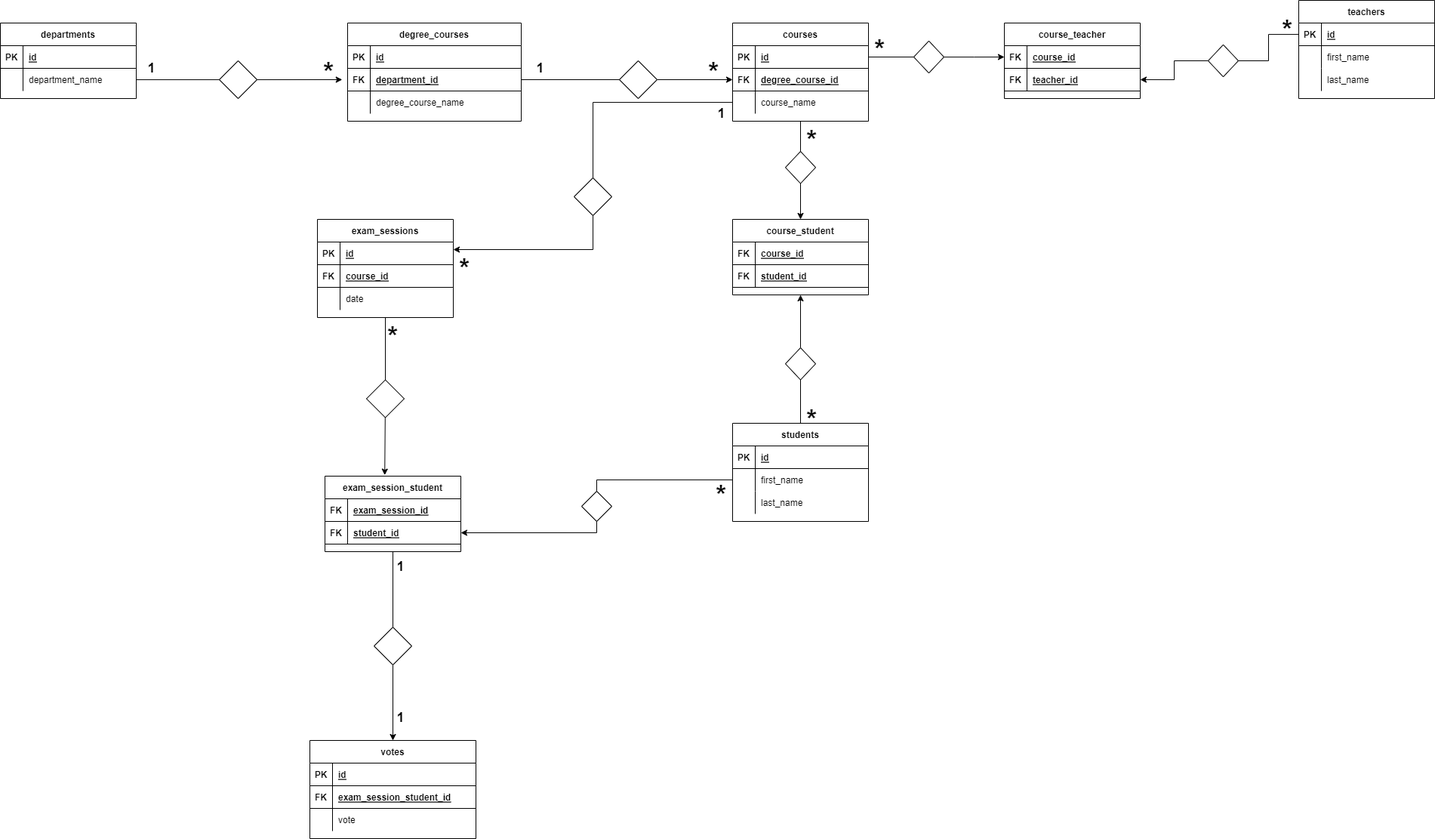
giomen88/db-university keeps this draw.io diagram as db-university.png. Above is the earlier version. Source tidied: cells renumbered, new cells last; positions are measured from the earlier drawing's top-left corner, leaving out a move shared by most shapes.
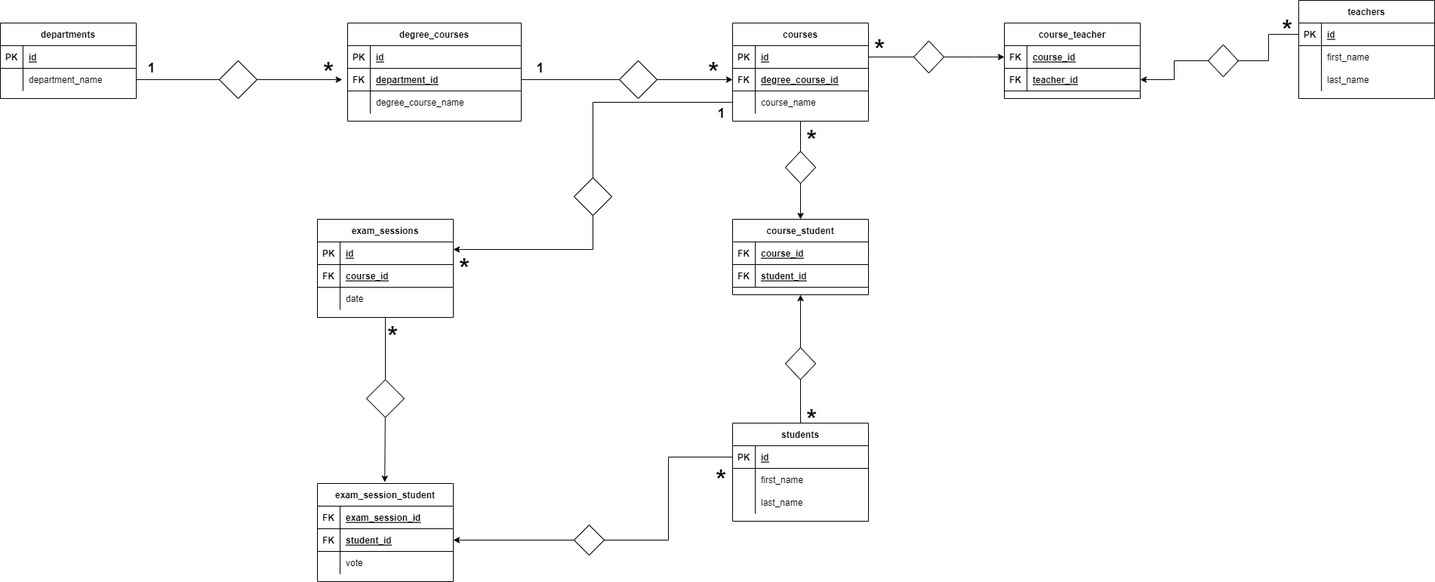
Above is the later version.

Commit message:
eliminata tabella voti

Change to the diagram source:
```diff
@@ -149,8 +149,10 @@
     <mxCell id="50" value="last_name" style="shape=partialRectangle;fillColor=none;top=0;left=0;bottom=0;right=0;align=left;spacingLeft=6;overflow=hidden;" parent="48" vertex="1">
       <mxGeometry x="30" width="150" height="30" as="geometry" />
     </mxCell>
-    <mxCell id="51" style="edgeStyle=orthogonalEdgeStyle;rounded=0;jettySize=auto;html=1;entryX=0.44;entryY=-0.014;entryDx=0;entryDy=0;entryPerimeter=0;fontSize=36;" parent="1" edge="1" source="52" target="105">
-      <mxGeometry relative="1" as="geometry" />
+    <mxCell id="51" style="edgeStyle=orthogonalEdgeStyle;rounded=0;jettySize=auto;html=1;entryX=0.44;entryY=-0.014;entryDx=0;entryDy=0;entryPerimeter=0;fontSize=36;" parent="1" edge="1" source="52">
+      <mxGeometry relative="1" as="geometry">
+        <mxPoint x="509.2" y="638.2" as="targetPoint" />
+      </mxGeometry>
     </mxCell>
     <mxCell id="52" value="exam_sessions" style="shape=table;startSize=30;rowLines=0;fontStyle=1;align=center;" parent="1" vertex="1">
       <mxGeometry x="420" y="290" width="180" height="130" as="geometry" />
@@ -319,86 +321,59 @@
     <mxCell id="103" value="&lt;font style=&quot;font-size: 36px;&quot;&gt;&lt;b style=&quot;&quot;&gt;*&lt;/b&gt;&lt;/font&gt;" style="text;html=1;align=center;verticalAlign=middle;strokeColor=none;fillColor=none;" parent="1" vertex="1">
       <mxGeometry x="600" y="340" width="30" height="30" as="geometry" />
     </mxCell>
-    <mxCell id="104" style="edgeStyle=orthogonalEdgeStyle;rounded=0;jettySize=auto;html=1;entryX=0.5;entryY=0;entryDx=0;entryDy=0;startArrow=none;" parent="1" edge="1" source="127" target="117">
-      <mxGeometry relative="1" as="geometry" />
-    </mxCell>
+    <mxCell id="113" style="rhombus;whiteSpace=wrap;html=1;" parent="1" vertex="1">
+      <mxGeometry x="485" y="502.5" width="50" height="50" as="geometry" />
+    </mxCell>
+    <mxCell id="115" value="&lt;font style=&quot;font-size: 36px;&quot;&gt;&lt;b style=&quot;&quot;&gt;*&lt;/b&gt;&lt;/font&gt;" style="text;html=1;align=center;verticalAlign=middle;strokeColor=none;fillColor=none;" parent="1" vertex="1">
+      <mxGeometry x="940" y="620" width="30" height="30" as="geometry" />
+    </mxCell>
+    <mxCell id="116" value="&lt;font style=&quot;font-size: 36px;&quot;&gt;&lt;b style=&quot;&quot;&gt;*&lt;/b&gt;&lt;/font&gt;" style="text;html=1;align=center;verticalAlign=middle;strokeColor=none;fillColor=none;" parent="1" vertex="1">
+      <mxGeometry x="505" y="430" width="30" height="30" as="geometry" />
+    </mxCell>
+    <mxCell id="131" style="shape=tableRow;horizontal=0;startSize=0;swimlaneHead=0;swimlaneBody=0;fillColor=none;top=0;left=0;right=0;bottom=0;" parent="1" vertex="1">
+      <mxGeometry x="430" y="720" width="180" height="30" as="geometry" />
+    </mxCell>
+    <mxCell id="132" style="shape=partialRectangle;fillColor=none;top=0;left=0;bottom=0;right=0;overflow=hidden;" parent="131" vertex="1">
+      <mxGeometry width="30" height="30" as="geometry" />
+    </mxCell>
     <mxCell id="105" value="exam_session_student" style="shape=table;startSize=30;rowLines=0;fontStyle=1;align=center;" parent="1" vertex="1">
-      <mxGeometry x="430" y="630" width="180" height="100" as="geometry" />
+      <mxGeometry x="420" y="640" width="180" height="130" as="geometry" />
     </mxCell>
     <mxCell id="106" style="shape=tableRow;horizontal=0;startSize=0;swimlaneHead=0;swimlaneBody=0;fillColor=none;top=0;left=0;right=0;bottom=1;" parent="105" vertex="1">
       <mxGeometry y="30" width="180" height="30" as="geometry" />
     </mxCell>
-    <mxCell id="107" value="FK" style="shape=partialRectangle;fillColor=none;top=0;left=0;bottom=0;right=0;fontStyle=1;overflow=hidden;" parent="106" vertex="1">
-      <mxGeometry width="30" height="30" as="geometry" />
-    </mxCell>
+    <mxCell id="133" value="FK" style="shape=partialRectangle;fillColor=none;top=0;left=0;bottom=0;right=0;fontStyle=1;overflow=hidden;" parent="106" vertex="1">
+      <mxGeometry width="30" height="30" as="geometry" />
+    </mxCell>
     <mxCell id="108" value="exam_session_id" style="shape=partialRectangle;fillColor=none;top=0;left=0;bottom=0;right=0;align=left;spacingLeft=6;fontStyle=5;overflow=hidden;" parent="106" vertex="1">
       <mxGeometry x="30" width="150" height="30" as="geometry" />
     </mxCell>
     <mxCell id="109" style="shape=tableRow;horizontal=0;startSize=0;swimlaneHead=0;swimlaneBody=0;fillColor=none;points=[[0,0.5],[1,0.5]];portConstraint=eastwest;top=0;left=0;right=0;bottom=1;" parent="105" vertex="1">
       <mxGeometry y="60" width="180" height="30" as="geometry" />
     </mxCell>
-    <mxCell id="110" value="FK" style="shape=partialRectangle;fillColor=none;top=0;left=0;bottom=0;right=0;fontStyle=1;overflow=hidden;" parent="109" vertex="1">
-      <mxGeometry width="30" height="30" as="geometry" />
-    </mxCell>
+    <mxCell id="134" value="FK" style="shape=partialRectangle;fillColor=none;top=0;left=0;bottom=0;right=0;fontStyle=1;overflow=hidden;" parent="109" vertex="1">
+      <mxGeometry width="30" height="30" as="geometry" />
+    </mxCell>
     <mxCell id="111" value="student_id" style="shape=partialRectangle;fillColor=none;top=0;left=0;bottom=0;right=0;align=left;spacingLeft=6;fontStyle=5;overflow=hidden;" parent="109" vertex="1">
       <mxGeometry x="30" width="150" height="30" as="geometry" />
     </mxCell>
-    <mxCell id="112" style="edgeStyle=orthogonalEdgeStyle;rounded=0;jettySize=auto;html=1;entryX=1;entryY=0.5;entryDx=0;entryDy=0;fontSize=36;" parent="1" edge="1" source="45" target="109">
-      <mxGeometry relative="1" as="geometry" />
-    </mxCell>
-    <mxCell id="113" style="rhombus;whiteSpace=wrap;html=1;" parent="1" vertex="1">
-      <mxGeometry x="485" y="502.5" width="50" height="50" as="geometry" />
-    </mxCell>
+    <mxCell id="135" style="shape=tableRow;horizontal=0;startSize=0;swimlaneHead=0;swimlaneBody=0;fillColor=none;top=0;left=0;right=0;bottom=0;" parent="105" vertex="1">
+      <mxGeometry y="90" width="180" height="30" as="geometry" />
+    </mxCell>
+    <mxCell id="136" style="shape=partialRectangle;fillColor=none;top=0;left=0;bottom=0;right=0;overflow=hidden;" parent="135" vertex="1">
+      <mxGeometry width="30" height="30" as="geometry" />
+    </mxCell>
+    <mxCell id="126" value="vote" style="shape=partialRectangle;fillColor=none;top=0;left=0;bottom=0;right=0;align=left;spacingLeft=6;overflow=hidden;" parent="135" vertex="1">
+      <mxGeometry x="30" width="150" height="30" as="geometry" />
+    </mxCell>
+    <mxCell id="137" style="edgeStyle=orthogonalEdgeStyle;rounded=0;jettySize=auto;html=1;entryX=1;entryY=0.5;entryDx=0;entryDy=0;startArrow=none;" parent="1" edge="1" source="114" target="109">
+      <mxGeometry relative="1" as="geometry" />
+    </mxCell>
     <mxCell id="114" style="rhombus;whiteSpace=wrap;html=1;" parent="1" vertex="1">
-      <mxGeometry x="770" y="650" width="40" height="40" as="geometry" />
+      <mxGeometry x="760" y="695" width="40" height="40" as="geometry" />
     </mxCell>
-    <mxCell id="115" value="&lt;font style=&quot;font-size: 36px;&quot;&gt;&lt;b style=&quot;&quot;&gt;*&lt;/b&gt;&lt;/font&gt;" style="text;html=1;align=center;verticalAlign=middle;strokeColor=none;fillColor=none;" parent="1" vertex="1">
-      <mxGeometry x="940" y="640" width="30" height="30" as="geometry" />
-    </mxCell>
-    <mxCell id="116" value="&lt;font style=&quot;font-size: 36px;&quot;&gt;&lt;b style=&quot;&quot;&gt;*&lt;/b&gt;&lt;/font&gt;" style="text;html=1;align=center;verticalAlign=middle;strokeColor=none;fillColor=none;" parent="1" vertex="1">
-      <mxGeometry x="505" y="430" width="30" height="30" as="geometry" />
-    </mxCell>
-    <mxCell id="117" value="votes" style="shape=table;startSize=30;rowLines=0;fontStyle=1;align=center;" parent="1" vertex="1">
-      <mxGeometry x="410" y="980" width="220" height="130" as="geometry" />
-    </mxCell>
-    <mxCell id="118" style="shape=tableRow;horizontal=0;startSize=0;swimlaneHead=0;swimlaneBody=0;fillColor=none;top=0;left=0;right=0;bottom=1;" parent="117" vertex="1">
-      <mxGeometry y="30" width="220" height="30" as="geometry" />
-    </mxCell>
-    <mxCell id="119" value="PK" style="shape=partialRectangle;fillColor=none;top=0;left=0;bottom=0;right=0;fontStyle=1;overflow=hidden;" parent="118" vertex="1">
-      <mxGeometry width="30" height="30" as="geometry" />
-    </mxCell>
-    <mxCell id="120" value="id" style="shape=partialRectangle;fillColor=none;top=0;left=0;bottom=0;right=0;align=left;spacingLeft=6;fontStyle=5;overflow=hidden;" parent="118" vertex="1">
-      <mxGeometry x="30" width="190" height="30" as="geometry" />
-    </mxCell>
-    <mxCell id="121" style="shape=tableRow;horizontal=0;startSize=0;swimlaneHead=0;swimlaneBody=0;fillColor=none;top=0;left=0;right=0;bottom=1;" parent="117" vertex="1">
-      <mxGeometry y="60" width="220" height="30" as="geometry" />
-    </mxCell>
-    <mxCell id="122" value="FK" style="shape=partialRectangle;fillColor=none;top=0;left=0;bottom=0;right=0;fontStyle=1;overflow=hidden;" parent="121" vertex="1">
-      <mxGeometry width="30" height="30" as="geometry" />
-    </mxCell>
-    <mxCell id="123" value="exam_session_student_id" style="shape=partialRectangle;fillColor=none;top=0;left=0;bottom=0;right=0;align=left;spacingLeft=6;fontStyle=5;overflow=hidden;" parent="121" vertex="1">
-      <mxGeometry x="30" width="190" height="30" as="geometry" />
-    </mxCell>
-    <mxCell id="124" style="shape=tableRow;horizontal=0;startSize=0;swimlaneHead=0;swimlaneBody=0;fillColor=none;top=0;left=0;right=0;bottom=0;" parent="117" vertex="1">
-      <mxGeometry y="90" width="220" height="30" as="geometry" />
-    </mxCell>
-    <mxCell id="125" style="shape=partialRectangle;fillColor=none;top=0;left=0;bottom=0;right=0;overflow=hidden;" parent="124" vertex="1">
-      <mxGeometry width="30" height="30" as="geometry" />
-    </mxCell>
-    <mxCell id="126" value="vote" style="shape=partialRectangle;fillColor=none;top=0;left=0;bottom=0;right=0;align=left;spacingLeft=6;overflow=hidden;" parent="124" vertex="1">
-      <mxGeometry x="30" width="190" height="30" as="geometry" />
-    </mxCell>
-    <mxCell id="127" style="rhombus;whiteSpace=wrap;html=1;" parent="1" vertex="1">
-      <mxGeometry x="495" y="830" width="50" height="50" as="geometry" />
-    </mxCell>
-    <mxCell id="128" style="edgeStyle=orthogonalEdgeStyle;rounded=0;jettySize=auto;html=1;entryX=0.5;entryY=0;entryDx=0;entryDy=0;endArrow=none;" parent="1" edge="1" source="105" target="127">
-      <mxGeometry relative="1" as="geometry" />
-    </mxCell>
-    <mxCell id="129" value="&lt;b&gt;&lt;font style=&quot;font-size: 18px;&quot;&gt;1&lt;/font&gt;&lt;/b&gt;" style="text;html=1;align=center;verticalAlign=middle;strokeColor=none;fillColor=none;" parent="1" vertex="1">
-      <mxGeometry x="515" y="940" width="30" height="20" as="geometry" />
-    </mxCell>
-    <mxCell id="130" value="&lt;b&gt;&lt;font style=&quot;font-size: 18px;&quot;&gt;1&lt;/font&gt;&lt;/b&gt;" style="text;html=1;align=center;verticalAlign=middle;strokeColor=none;fillColor=none;" parent="1" vertex="1">
-      <mxGeometry x="515" y="740" width="30" height="20" as="geometry" />
-    </mxCell>
+    <mxCell id="138" style="edgeStyle=orthogonalEdgeStyle;rounded=0;jettySize=auto;html=1;entryX=1;entryY=0.5;entryDx=0;entryDy=0;endArrow=none;" parent="1" edge="1" source="42" target="114">
+      <mxGeometry relative="1" as="geometry" />
+    </mxCell>
   </root>
 </mxGraphModel>
```
